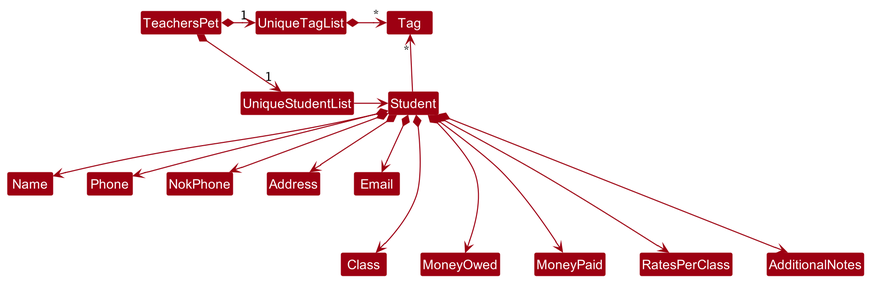
Above: docs/images/DG-images/BetterModelClassDiagram.png in nus-cs2103-AY2223S1/tp (PlantUML), before the change. Its source is kept beside it as docs/diagrams/BetterModelClassDiagram.puml.
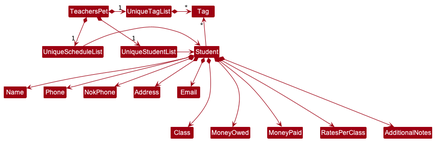
After the commit.

What changed in the source:
```diff
@@ -5,12 +5,14 @@
 skinparam classBackgroundColor MODEL_COLOR
 
 TeachersPet *-right-> "1" UniqueStudentList
+TeachersPet *-right-> "1" UniqueScheduleList
 TeachersPet *-right-> "1" UniqueTagList
 UniqueTagList -[hidden]down- UniqueStudentList
 UniqueTagList -[hidden]down- UniqueStudentList
 
 UniqueTagList *-right-> "*" Tag
 UniqueStudentList -right-> Student
+UniqueScheduleList -right-> Student
 
 Student -up-> "*" Tag
 
```
